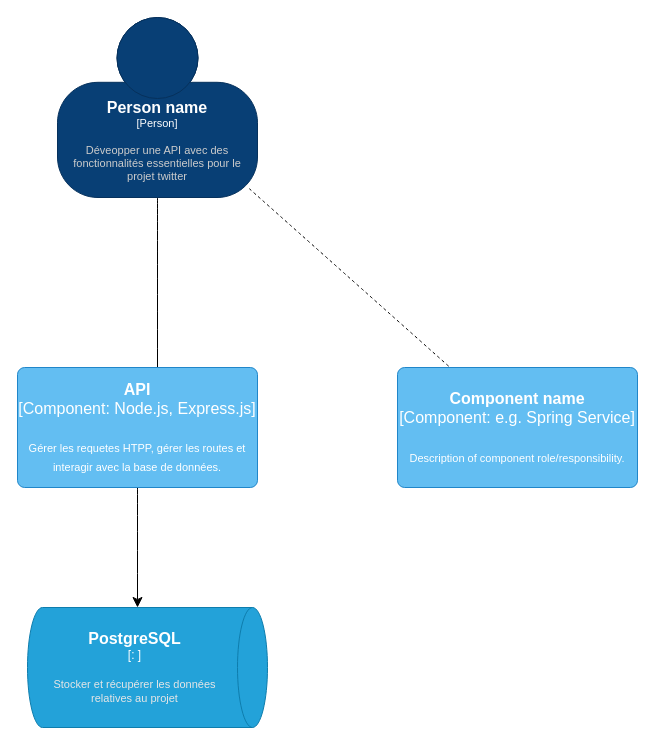
Above: page "Contexte" (1 of 3) of twitter2.drawio in JeanMarieSamakila/twitterbackend (draw.io), before the change. Source tidied: cells renumbered, new cells numbered last; positions are measured from the earlier drawing's top-left corner, leaving out a move shared by most shapes. Both pictures are drawn from the tidied source at 100%, with x=0, y=0 at pixel (17, 17).
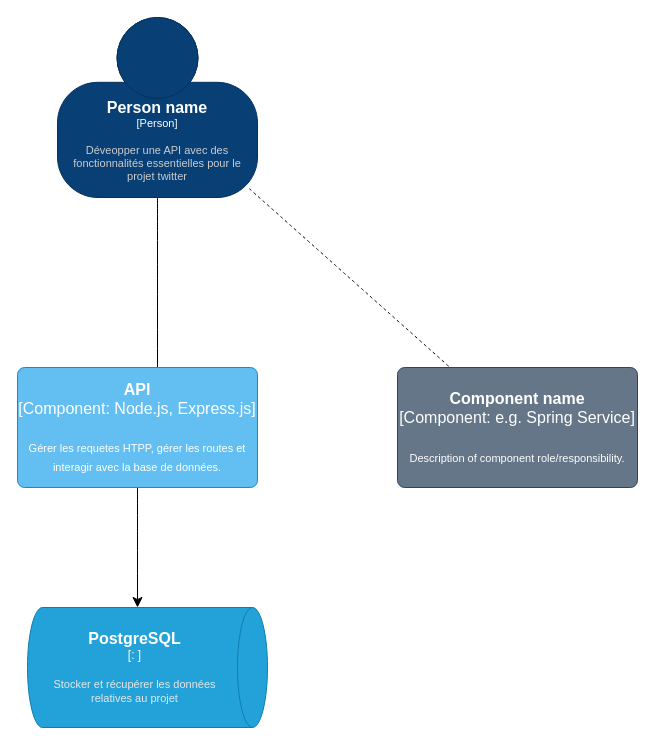
The same page after the edit.

Commit message (it also covers changes not shown here):
Mettre à jour twitter2.drawio

Diff of the diagram source:
```diff
@@
 <mxGraphModel>
   <root>
     <mxCell id="0" />
     <mxCell id="1" parent="0" />
     <mxCell id="2" style="edgeStyle=none;curved=1;rounded=0;jettySize=auto;html=1;fontSize=12;startSize=8;endSize=8;" parent="1" edge="1" source="3">
       <mxGeometry relative="1" as="geometry">
         <mxPoint x="140" y="360" as="targetPoint" />
       </mxGeometry>
     </mxCell>
     <object id="3" label="&lt;font style=&quot;font-size: 16px&quot;&gt;&lt;b&gt;%c4Name%&lt;/b&gt;&lt;/font&gt;&lt;div&gt;[%c4Type%]&lt;/div&gt;&lt;br&gt;&lt;div&gt;&lt;font style=&quot;font-size: 11px&quot;&gt;&lt;font color=&quot;#cccccc&quot;&gt;%c4Description%&lt;/font&gt;&lt;/div&gt;" c4Description="Déveopper une API avec des fonctionnalités essentielles pour le projet twitter" c4Name="Person name" c4Type="Person" placeholders="1">
       <mxCell style="html=1;fontSize=11;dashed=0;whiteSpace=wrap;fillColor=#083F75;strokeColor=#06315C;fontColor=#ffffff;shape=mxgraph.c4.person2;align=center;points=[[0.5,0,0],[1,0.5,0],[1,0.75,0],[0.75,1,0],[0.5,1,0],[0.25,1,0],[0,0.75,0],[0,0.5,0]];" parent="1" vertex="1">
         <mxGeometry x="40" width="200" height="180" as="geometry" />
       </mxCell>
     </object>
     <mxCell id="4" style="edgeStyle=none;curved=1;rounded=0;jettySize=auto;html=1;fontSize=12;startSize=8;endSize=8;" parent="1" edge="1" source="5">
       <mxGeometry relative="1" as="geometry">
         <mxPoint x="120" y="590" as="targetPoint" />
       </mxGeometry>
     </mxCell>
     <object id="5" label="&lt;font style=&quot;font-size: 16px&quot;&gt;&lt;b&gt;%c4Name%&lt;/b&gt;&lt;/font&gt;&lt;div&gt;[%c4Type%: %c4Technology%]&lt;/div&gt;&lt;br&gt;&lt;div&gt;&lt;font style=&quot;font-size: 11px&quot;&gt;%c4Description%&lt;/font&gt;&lt;/div&gt;" c4Description="Gérer les requetes HTPP, gérer les routes et interagir avec la base de données." c4Name="API" c4Technology="Node.js, Express.js" c4Type="Component" placeholders="1">
       <mxCell style="rounded=1;whiteSpace=wrap;html=1;labelBackgroundColor=none;fillColor=#63BEF2;fontColor=#ffffff;align=center;arcSize=6;strokeColor=#2086C9;points=[[0.25,0,0],[0.5,0,0],[0.75,0,0],[1,0.25,0],[1,0.5,0],[1,0.75,0],[0.75,1,0],[0.5,1,0],[0.25,1,0],[0,0.75,0],[0,0.5,0],[0,0.25,0]];fontSize=16;" parent="1" vertex="1">
         <mxGeometry y="350" width="240" height="120" as="geometry" />
       </mxCell>
     </object>
     <object id="6" label="&lt;font style=&quot;font-size: 16px&quot;&gt;&lt;b&gt;%c4Type%&lt;/b&gt;&lt;/font&gt;&lt;div&gt;[%c4Container%:&amp;nbsp;%c4Technology%]&lt;/div&gt;&lt;br&gt;&lt;div&gt;&lt;font style=&quot;font-size: 11px&quot;&gt;&lt;font color=&quot;#E6E6E6&quot;&gt;%c4Description%&lt;/font&gt;&lt;/div&gt;" c4Container="" c4Description="Stocker et récupérer les données relatives au projet " c4Technology="" c4Type="PostgreSQL" placeholders="1">
       <mxCell style="shape=cylinder3;size=15;direction=south;whiteSpace=wrap;html=1;boundedLbl=1;rounded=0;labelBackgroundColor=none;fillColor=#23A2D9;fontSize=12;fontColor=#ffffff;align=center;strokeColor=#0E7DAD;" parent="1" vertex="1">
         <mxGeometry x="10" y="590" width="240" height="120" as="geometry" />
       </mxCell>
     </object>
     <object id="7" label="&lt;font style=&quot;font-size: 16px&quot;&gt;&lt;b&gt;%c4Name%&lt;/b&gt;&lt;/font&gt;&lt;div&gt;[%c4Type%: %c4Technology%]&lt;/div&gt;&lt;br&gt;&lt;div&gt;&lt;font style=&quot;font-size: 11px&quot;&gt;%c4Description%&lt;/font&gt;&lt;/div&gt;" c4Description="Description of component role/responsibility." c4Name="Component name" c4Technology="e.g. Spring Service" c4Type="Component" placeholders="1">
-      <mxCell style="rounded=1;whiteSpace=wrap;html=1;labelBackgroundColor=none;fillColor=#63BEF2;fontColor=#ffffff;align=center;arcSize=6;strokeColor=#2086C9;points=[[0.25,0,0],[0.5,0,0],[0.75,0,0],[1,0.25,0],[1,0.5,0],[1,0.75,0],[0.75,1,0],[0.5,1,0],[0.25,1,0],[0,0.75,0],[0,0.5,0],[0,0.25,0]];fontSize=16;" parent="1" vertex="1">
+      <mxCell style="rounded=1;whiteSpace=wrap;html=1;labelBackgroundColor=none;fillColor=#647687;fontColor=#ffffff;align=center;arcSize=6;strokeColor=#314354;points=[[0.25,0,0],[0.5,0,0],[0.75,0,0],[1,0.25,0],[1,0.5,0],[1,0.75,0],[0.75,1,0],[0.5,1,0],[0.25,1,0],[0,0.75,0],[0,0.5,0],[0,0.25,0]];fontSize=16;" parent="1" vertex="1">
         <mxGeometry x="380" y="350" width="240" height="120" as="geometry" />
       </mxCell>
     </object>
     <mxCell id="8" style="endArrow=none;dashed=1;html=1;rounded=0;fontSize=12;startSize=8;endSize=8;curved=1;exitX=0.959;exitY=0.951;exitDx=0;exitDy=0;exitPerimeter=0;" parent="1" edge="1" source="3" target="7">
       <mxGeometry relative="1" as="geometry" />
     </mxCell>
   </root>
 </mxGraphModel>
```
